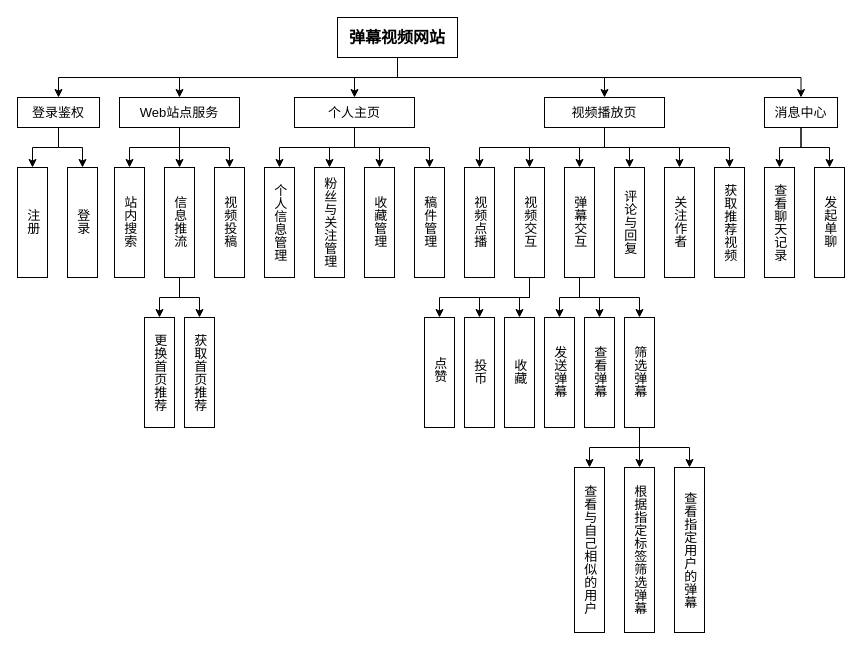
The draw.io diagram docs/Assets/AniLink-cloud/功能模块划分.drawio in All1217/AniLink-Java, before the edit. Source tidied: cells renumbered, new cells numbered last; positions are measured from the earlier drawing's top-left corner, leaving out a move shared by most shapes. Both pictures are drawn from the tidied source at 100%, with x=0, y=0 at pixel (17, 17).
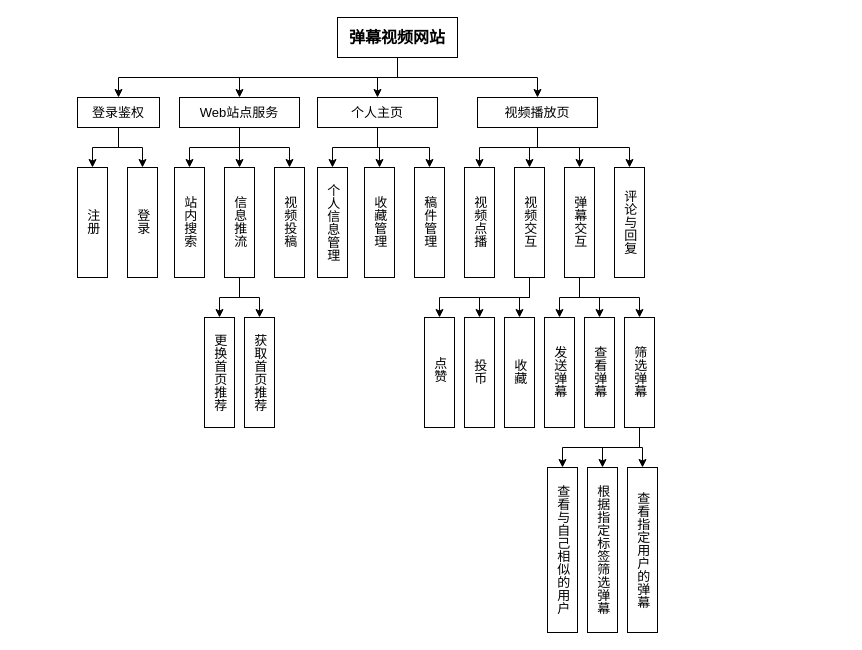
The same diagram, later.

Unchanged cells that the change refers to:
```xml
<mxCell id="7" value="&lt;b&gt;&lt;font style=&quot;font-size: 16px;&quot;&gt;弹幕视频网站&lt;/font&gt;&lt;/b&gt;" style="rounded=0;whiteSpace=wrap;html=1;" parent="1" vertex="1">
  <mxGeometry x="320" width="120" height="40" as="geometry" />
</mxCell>
```

Diff of the diagram source:
```diff
@@
-    <mxCell id="5" style="edgeStyle=orthogonalEdgeStyle;rounded=0;jettySize=auto;html=1;exitX=0.5;exitY=1;exitDx=0;exitDy=0;entryX=0.5;entryY=0;entryDx=0;entryDy=0;" parent="1" edge="1" source="7" target="83">
-      <mxGeometry relative="1" as="geometry" />
-    </mxCell>
@@
     <mxCell id="11" value="&lt;font style=&quot;font-size: 13px;&quot;&gt;Web站点服务&lt;/font&gt;" style="rounded=0;whiteSpace=wrap;html=1;" parent="1" vertex="1">
-      <mxGeometry x="102" y="80" width="120" height="30" as="geometry" />
+      <mxGeometry x="162" y="80" width="120" height="30" as="geometry" />
     </mxCell>
@@
-    <mxCell id="13" style="edgeStyle=orthogonalEdgeStyle;rounded=0;jettySize=auto;html=1;exitX=0.5;exitY=1;exitDx=0;exitDy=0;entryX=0.5;entryY=0;entryDx=0;entryDy=0;" parent="1" edge="1" source="16" target="38">
-      <mxGeometry relative="1" as="geometry" />
-    </mxCell>
@@
     <mxCell id="16" value="&lt;font style=&quot;font-size: 13px;&quot;&gt;个人主页&lt;/font&gt;" style="rounded=0;whiteSpace=wrap;html=1;" parent="1" vertex="1">
-      <mxGeometry x="277" y="80" width="120" height="30" as="geometry" />
+      <mxGeometry x="300" y="80" width="120" height="30" as="geometry" />
     </mxCell>
@@
-    <mxCell id="21" style="edgeStyle=orthogonalEdgeStyle;rounded=0;jettySize=auto;html=1;exitX=0.5;exitY=1;exitDx=0;exitDy=0;entryX=0.5;entryY=0;entryDx=0;entryDy=0;" parent="1" edge="1" source="23" target="75">
-      <mxGeometry relative="1" as="geometry" />
-    </mxCell>
-    <mxCell id="22" style="edgeStyle=orthogonalEdgeStyle;rounded=0;jettySize=auto;html=1;exitX=0.5;exitY=1;exitDx=0;exitDy=0;entryX=0.5;entryY=0;entryDx=0;entryDy=0;" parent="1" edge="1" source="23" target="77">
-      <mxGeometry relative="1" as="geometry" />
-    </mxCell>
     <mxCell id="23" value="&lt;font style=&quot;font-size: 13px;&quot;&gt;视频播放页&lt;/font&gt;" style="rounded=0;whiteSpace=wrap;html=1;" parent="1" vertex="1">
-      <mxGeometry x="527" y="80" width="120" height="30" as="geometry" />
+      <mxGeometry x="460" y="80" width="120" height="30" as="geometry" />
     </mxCell>
     <mxCell id="24" style="rounded=0;whiteSpace=wrap;html=1;flipV=0;" parent="1" vertex="1">
-      <mxGeometry x="97" y="150" width="30" height="110" as="geometry" />
+      <mxGeometry x="157" y="150" width="30" height="110" as="geometry" />
     </mxCell>
     <mxCell id="25" value="&lt;font style=&quot;font-size: 13px;&quot;&gt;站内搜索&lt;/font&gt;" style="text;html=1;align=center;verticalAlign=middle;whiteSpace=wrap;rounded=0;textDirection=vertical-lr;" parent="1" vertex="1">
-      <mxGeometry x="97" y="175" width="30" height="60" as="geometry" />
+      <mxGeometry x="157" y="175" width="30" height="60" as="geometry" />
     </mxCell>
@@
     <mxCell id="28" style="rounded=0;whiteSpace=wrap;html=1;flipV=0;" parent="1" vertex="1">
-      <mxGeometry x="147" y="150" width="30" height="110" as="geometry" />
+      <mxGeometry x="207" y="150" width="30" height="110" as="geometry" />
     </mxCell>
     <mxCell id="29" value="&lt;font style=&quot;font-size: 13px;&quot;&gt;信息推流&lt;/font&gt;" style="text;html=1;align=center;verticalAlign=middle;whiteSpace=wrap;rounded=0;textDirection=vertical-lr;" parent="1" vertex="1">
-      <mxGeometry x="147" y="175" width="30" height="60" as="geometry" />
+      <mxGeometry x="207" y="175" width="30" height="60" as="geometry" />
     </mxCell>
     <mxCell id="30" style="rounded=0;whiteSpace=wrap;html=1;flipV=0;" parent="1" vertex="1">
-      <mxGeometry x="197" y="150" width="30" height="110" as="geometry" />
+      <mxGeometry x="257" y="150" width="30" height="110" as="geometry" />
     </mxCell>
     <mxCell id="31" value="&lt;font style=&quot;font-size: 13px;&quot;&gt;视频投稿&lt;/font&gt;" style="text;html=1;align=center;verticalAlign=middle;whiteSpace=wrap;rounded=0;textDirection=vertical-lr;" parent="1" vertex="1">
-      <mxGeometry x="197" y="175" width="30" height="60" as="geometry" />
+      <mxGeometry x="257" y="175" width="30" height="60" as="geometry" />
     </mxCell>
     <mxCell id="32" style="rounded=0;whiteSpace=wrap;html=1;flipV=0;" parent="1" vertex="1">
-      <mxGeometry x="127" y="300" width="30" height="110" as="geometry" />
+      <mxGeometry x="187" y="300" width="30" height="110" as="geometry" />
     </mxCell>
     <mxCell id="33" value="&lt;font style=&quot;font-size: 13px;&quot;&gt;更换首页推荐&lt;/font&gt;" style="text;html=1;align=center;verticalAlign=middle;whiteSpace=wrap;rounded=0;textDirection=vertical-lr;" parent="1" vertex="1">
-      <mxGeometry x="127" y="307.5" width="30" height="95" as="geometry" />
+      <mxGeometry x="187" y="307.5" width="30" height="95" as="geometry" />
     </mxCell>
     <mxCell id="34" style="rounded=0;whiteSpace=wrap;html=1;flipV=0;" parent="1" vertex="1">
-      <mxGeometry x="167" y="300" width="30" height="110" as="geometry" />
+      <mxGeometry x="227" y="300" width="30" height="110" as="geometry" />
     </mxCell>
     <mxCell id="35" value="&lt;font style=&quot;font-size: 13px;&quot;&gt;获取首页推荐&lt;/font&gt;" style="text;html=1;align=center;verticalAlign=middle;whiteSpace=wrap;rounded=0;textDirection=vertical-lr;" parent="1" vertex="1">
-      <mxGeometry x="167" y="312.5" width="30" height="85" as="geometry" />
+      <mxGeometry x="227" y="312.5" width="30" height="85" as="geometry" />
     </mxCell>
     <mxCell id="36" style="rounded=0;whiteSpace=wrap;html=1;flipV=0;" parent="1" vertex="1">
-      <mxGeometry x="247" y="150" width="30" height="110" as="geometry" />
+      <mxGeometry x="300" y="150" width="30" height="110" as="geometry" />
     </mxCell>
     <mxCell id="37" value="&lt;font style=&quot;font-size: 13px;&quot;&gt;个人信息管理&lt;/font&gt;" style="text;html=1;align=center;verticalAlign=middle;whiteSpace=wrap;rounded=0;textDirection=vertical-lr;" parent="1" vertex="1">
-      <mxGeometry x="247" y="162.5" width="30" height="85" as="geometry" />
+      <mxGeometry x="300" y="162.5" width="30" height="85" as="geometry" />
     </mxCell>
-    <mxCell id="38" style="rounded=0;whiteSpace=wrap;html=1;flipV=0;" parent="1" vertex="1">
-      <mxGeometry x="297" y="150" width="30" height="110" as="geometry" />
-    </mxCell>
-    <mxCell id="39" value="&lt;font style=&quot;font-size: 13px;&quot;&gt;粉丝与关注管理&lt;/font&gt;" style="text;html=1;align=center;verticalAlign=middle;whiteSpace=wrap;rounded=0;textDirection=vertical-lr;" parent="1" vertex="1">
-      <mxGeometry x="297" y="152.5" width="30" height="105" as="geometry" />
-    </mxCell>
@@
     <mxCell id="69" style="rounded=0;whiteSpace=wrap;html=1;flipV=0;" parent="1" vertex="1">
-      <mxGeometry x="657" y="450" width="30" height="165" as="geometry" />
+      <mxGeometry x="610" y="450" width="30" height="165" as="geometry" />
     </mxCell>
     <mxCell id="70" style="rounded=0;whiteSpace=wrap;html=1;flipV=0;" parent="1" vertex="1">
-      <mxGeometry x="607" y="450" width="30" height="165" as="geometry" />
+      <mxGeometry x="570" y="450" width="30" height="165" as="geometry" />
     </mxCell>
     <mxCell id="71" value="&lt;span style=&quot;font-size: 13px;&quot;&gt;根据指定标签筛选弹幕&lt;/span&gt;" style="text;html=1;align=center;verticalAlign=middle;whiteSpace=wrap;rounded=0;textDirection=vertical-lr;" parent="1" vertex="1">
-      <mxGeometry x="607" y="457.5" width="30" height="150" as="geometry" />
+      <mxGeometry x="570" y="457.5" width="30" height="150" as="geometry" />
     </mxCell>
     <mxCell id="72" style="rounded=0;whiteSpace=wrap;html=1;flipV=0;" parent="1" vertex="1">
-      <mxGeometry x="557" y="450" width="30" height="165" as="geometry" />
+      <mxGeometry x="530" y="450" width="30" height="165" as="geometry" />
     </mxCell>
     <mxCell id="73" value="&lt;font style=&quot;font-size: 13px;&quot;&gt;查看与自己相似的用户&lt;/font&gt;" style="text;html=1;align=center;verticalAlign=middle;whiteSpace=wrap;rounded=0;textDirection=vertical-lr;" parent="1" vertex="1">
-      <mxGeometry x="557" y="462.5" width="30" height="140" as="geometry" />
+      <mxGeometry x="530" y="462.5" width="30" height="140" as="geometry" />
     </mxCell>
     <mxCell id="74" value="&lt;span style=&quot;font-size: 13px;&quot;&gt;查看指定用户的弹幕&lt;/span&gt;" style="text;html=1;align=center;verticalAlign=middle;whiteSpace=wrap;rounded=0;textDirection=vertical-lr;" parent="1" vertex="1">
-      <mxGeometry x="657" y="457.5" width="30" height="150" as="geometry" />
+      <mxGeometry x="610" y="457.5" width="30" height="150" as="geometry" />
     </mxCell>
-    <mxCell id="75" style="rounded=0;whiteSpace=wrap;html=1;flipV=0;" parent="1" vertex="1">
-      <mxGeometry x="647" y="150" width="30" height="110" as="geometry" />
-    </mxCell>
-    <mxCell id="76" value="&lt;font style=&quot;font-size: 13px;&quot;&gt;关注作者&lt;/font&gt;" style="text;html=1;align=center;verticalAlign=middle;whiteSpace=wrap;rounded=0;textDirection=vertical-lr;" parent="1" vertex="1">
-      <mxGeometry x="647" y="175" width="30" height="60" as="geometry" />
-    </mxCell>
-    <mxCell id="77" style="rounded=0;whiteSpace=wrap;html=1;flipV=0;" parent="1" vertex="1">
-      <mxGeometry x="697" y="150" width="30" height="110" as="geometry" />
-    </mxCell>
-    <mxCell id="78" value="&lt;font style=&quot;font-size: 13px;&quot;&gt;获取推荐视频&lt;/font&gt;" style="text;html=1;align=center;verticalAlign=middle;whiteSpace=wrap;rounded=0;textDirection=vertical-lr;" parent="1" vertex="1">
-      <mxGeometry x="697" y="162.5" width="30" height="85" as="geometry" />
-    </mxCell>
@@
-    <mxCell id="81" style="edgeStyle=orthogonalEdgeStyle;rounded=0;jettySize=auto;html=1;exitX=0.5;exitY=1;exitDx=0;exitDy=0;entryX=0.5;entryY=0;entryDx=0;entryDy=0;" parent="1" edge="1" source="83" target="84">
-      <mxGeometry relative="1" as="geometry" />
-    </mxCell>
-    <mxCell id="82" style="edgeStyle=orthogonalEdgeStyle;rounded=0;jettySize=auto;html=1;exitX=0.5;exitY=1;exitDx=0;exitDy=0;" parent="1" edge="1" source="83" target="86">
-      <mxGeometry relative="1" as="geometry" />
-    </mxCell>
-    <mxCell id="83" value="&lt;font style=&quot;font-size: 13px;&quot;&gt;消息中心&lt;/font&gt;" style="rounded=0;whiteSpace=wrap;html=1;" parent="1" vertex="1">
-      <mxGeometry x="747" y="80" width="73" height="30" as="geometry" />
-    </mxCell>
-    <mxCell id="84" style="rounded=0;whiteSpace=wrap;html=1;flipV=0;" parent="1" vertex="1">
-      <mxGeometry x="747" y="150" width="30" height="110" as="geometry" />
-    </mxCell>
-    <mxCell id="85" value="&lt;font style=&quot;font-size: 13px;&quot;&gt;查看聊天记录&lt;/font&gt;" style="text;html=1;align=center;verticalAlign=middle;whiteSpace=wrap;rounded=0;textDirection=vertical-lr;" parent="1" vertex="1">
-      <mxGeometry x="747" y="162.5" width="30" height="85" as="geometry" />
-    </mxCell>
-    <mxCell id="86" style="rounded=0;whiteSpace=wrap;html=1;flipV=0;" parent="1" vertex="1">
-      <mxGeometry x="797" y="150" width="30" height="110" as="geometry" />
-    </mxCell>
-    <mxCell id="87" value="&lt;font style=&quot;font-size: 13px;&quot;&gt;发起单聊&lt;/font&gt;" style="text;html=1;align=center;verticalAlign=middle;whiteSpace=wrap;rounded=0;textDirection=vertical-lr;" parent="1" vertex="1">
-      <mxGeometry x="797" y="175" width="30" height="60" as="geometry" />
-    </mxCell>
@@
     <mxCell id="92" value="&lt;font style=&quot;font-size: 13px;&quot;&gt;登录鉴权&lt;/font&gt;" style="rounded=0;whiteSpace=wrap;html=1;" parent="1" vertex="1">
-      <mxGeometry y="80" width="82" height="30" as="geometry" />
+      <mxGeometry x="60" y="80" width="82" height="30" as="geometry" />
     </mxCell>
     <mxCell id="93" style="rounded=0;whiteSpace=wrap;html=1;flipV=0;" parent="1" vertex="1">
-      <mxGeometry y="150" width="30" height="110" as="geometry" />
+      <mxGeometry x="60" y="150" width="30" height="110" as="geometry" />
     </mxCell>
     <mxCell id="94" value="&lt;font style=&quot;font-size: 13px;&quot;&gt;注册&lt;/font&gt;" style="text;html=1;align=center;verticalAlign=middle;whiteSpace=wrap;rounded=0;textDirection=vertical-lr;" parent="1" vertex="1">
-      <mxGeometry y="175" width="30" height="60" as="geometry" />
+      <mxGeometry x="60" y="175" width="30" height="60" as="geometry" />
     </mxCell>
     <mxCell id="95" style="rounded=0;whiteSpace=wrap;html=1;flipV=0;" parent="1" vertex="1">
-      <mxGeometry x="50" y="150" width="30" height="110" as="geometry" />
+      <mxGeometry x="110" y="150" width="30" height="110" as="geometry" />
     </mxCell>
     <mxCell id="96" value="&lt;font style=&quot;font-size: 13px;&quot;&gt;登录&lt;/font&gt;" style="text;html=1;align=center;verticalAlign=middle;whiteSpace=wrap;rounded=0;textDirection=vertical-lr;" parent="1" vertex="1">
-      <mxGeometry x="50" y="175" width="30" height="60" as="geometry" />
+      <mxGeometry x="110" y="175" width="30" height="60" as="geometry" />
     </mxCell>
```
